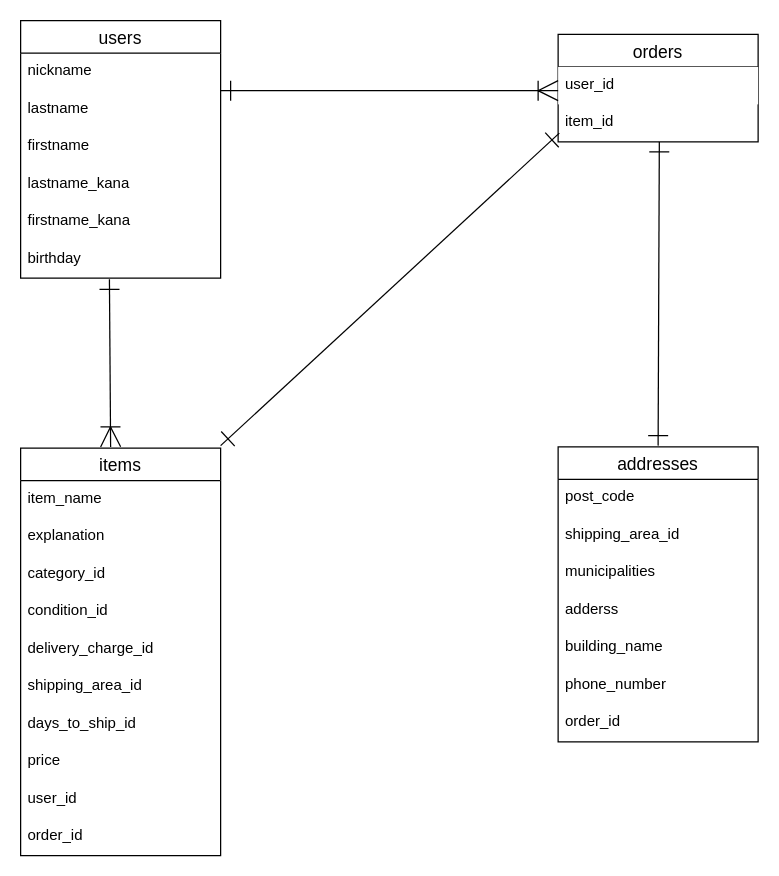
The draw.io diagram furima.dio in tatsubou1545/furima-39073, before the edit. Source tidied: cells renumbered, new cells numbered last; positions are measured from the earlier drawing's top-left corner, leaving out a move shared by most shapes. Both pictures are drawn from the tidied source at 125%, with x=0, y=0 at pixel (20, 20).
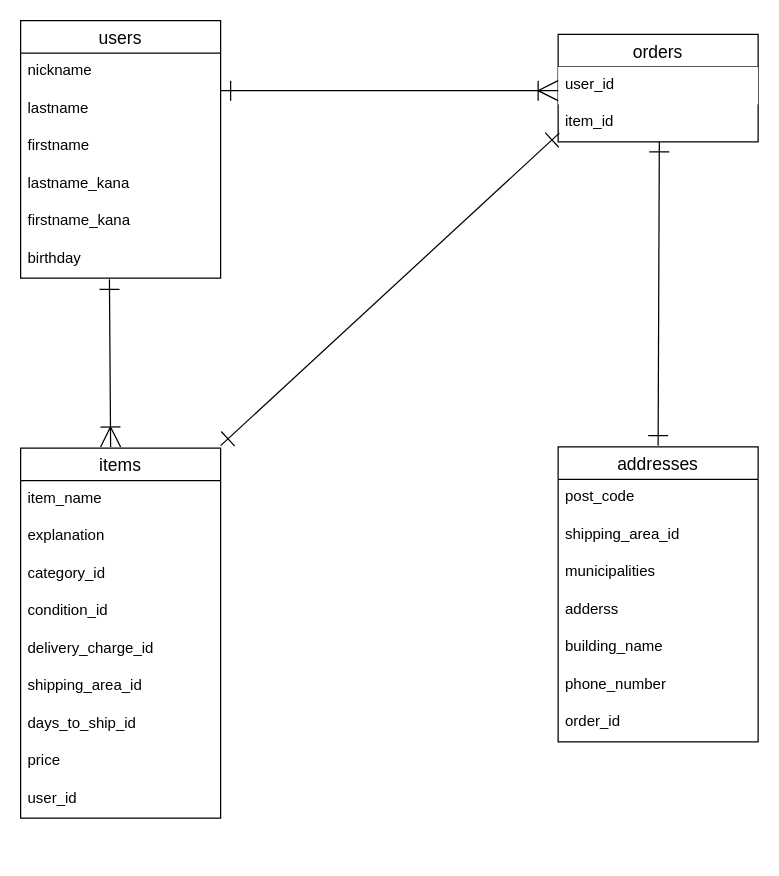
After the change.

What changed in the source:
```diff
@@
     <mxCell id="20" value="items" style="swimlane;fontStyle=0;horizontal=1;startSize=26;align=center;fontSize=14;gradientColor=none;swimlaneFillColor=default;shadow=0;swimlaneLine=1;strokeColor=default;" parent="1" vertex="1">
-      <mxGeometry y="342" width="160" height="326" as="geometry" />
+      <mxGeometry y="342" width="160" height="296" as="geometry" />
     </mxCell>
@@
-    <mxCell id="30" value="order_id" style="text;strokeColor=none;fillColor=none;spacingLeft=4;spacingRight=4;overflow=hidden;fontSize=12;" parent="20" vertex="1">
-      <mxGeometry y="296" width="160" height="30" as="geometry" />
-    </mxCell>
```
